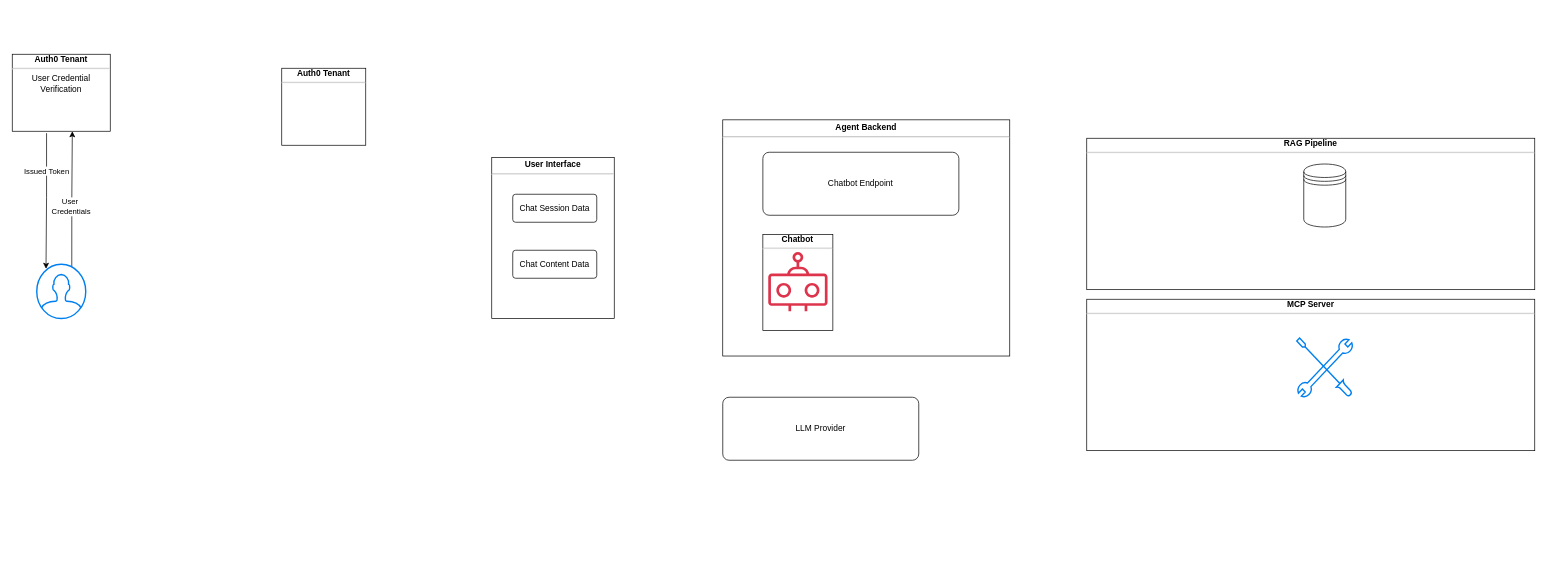
This is 01-threat-model/Threat Model.drawio from Varun-Mohanta/capstone-ai-id-secure, a draw.io file, before an edit. Source tidied: cells renumbered, new cells numbered last; positions are measured from the earlier drawing's top-left corner, leaving out a move shared by most shapes. Both pictures are drawn from the tidied source at 70%, with x=0, y=0 at pixel (12, 54).
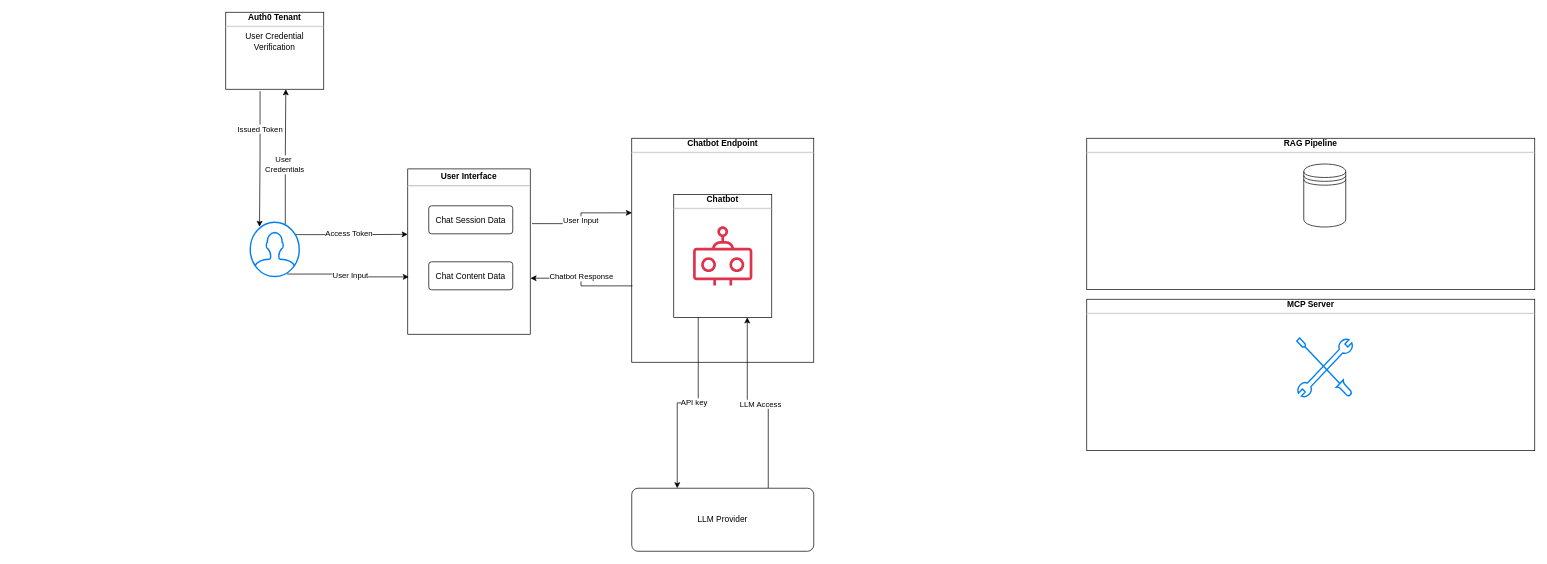
Above is the later version.

Commit message:
Added Chatbot Endpoint in the Diagram

Change to the diagram source:
```diff
@@
-    <mxCell id="2" value="&lt;p style=&quot;margin:0px;margin-top:4px;text-align:center;&quot;&gt;&lt;b&gt;Agent Backend&lt;/b&gt;&lt;/p&gt;&lt;hr&gt;" style="verticalAlign=top;align=left;overflow=fill;html=1;whiteSpace=wrap;" parent="1" vertex="1">
-      <mxGeometry x="1015" y="93.7" width="410" height="337.4" as="geometry" />
+    <mxCell id="2" value="&lt;div style=&quot;text-align: center;&quot;&gt;&lt;b style=&quot;background-color: transparent; color: light-dark(#000000, var(--ge-light-color, #ffffff));&quot;&gt;Chatbot Endpoint&lt;/b&gt;&lt;/div&gt;&lt;hr&gt;&lt;p style=&quot;margin:0px;margin-top:4px;text-align:center;&quot;&gt;&lt;/p&gt;" style="verticalAlign=top;align=left;overflow=fill;html=1;whiteSpace=wrap;fillColor=none;" parent="1" vertex="1">
+      <mxGeometry x="885" y="120" width="260" height="320" as="geometry" />
     </mxCell>
+    <mxCell id="21" style="edgeStyle=orthogonalEdgeStyle;rounded=0;jettySize=auto;html=1;defaultLabelBackgroundColor=page;entryX=1.002;entryY=0.661;entryDx=0;entryDy=0;entryPerimeter=0;exitX=0.004;exitY=0.659;exitDx=0;exitDy=0;exitPerimeter=0;" parent="1" edge="1" source="2" target="6">
+      <mxGeometry relative="1" as="geometry" />
+    </mxCell>
+    <mxCell id="22" value="Chatbot Response" style="edgeLabel;html=1;align=center;verticalAlign=middle;inheritText=1;defaultLabelBackgroundColor=page;" parent="21" vertex="1">
+      <mxGeometry x="0.09" y="-2" relative="1" as="geometry" />
+    </mxCell>
@@
+    <mxCell id="23" style="edgeStyle=orthogonalEdgeStyle;rounded=0;jettySize=auto;html=1;entryX=0;entryY=0.5;entryDx=0;entryDy=0;defaultLabelBackgroundColor=page;exitX=0.9;exitY=0.228;exitDx=0;exitDy=0;exitPerimeter=0;" parent="1" edge="1" source="5">
+      <mxGeometry x="0.05" relative="1" as="geometry">
+        <mxPoint x="565" y="257.3" as="targetPoint" />
+      </mxGeometry>
+    </mxCell>
+    <mxCell id="24" value="Access Token" style="edgeLabel;html=1;align=center;verticalAlign=middle;inheritText=1;defaultLabelBackgroundColor=page;" parent="23" vertex="1">
+      <mxGeometry x="-0.09" y="2" relative="1" as="geometry">
+        <mxPoint x="3" as="offset" />
+      </mxGeometry>
+    </mxCell>
     <mxCell id="5" style="html=1;verticalLabelPosition=bottom;align=center;labelBackgroundColor=#ffffff;verticalAlign=top;strokeWidth=2;strokeColor=#0080F0;shadow=0;dashed=0;shape=mxgraph.ios7.icons.user;labelPerimeter=1;" parent="1" vertex="1">
-      <mxGeometry x="35" y="300" width="70" height="77.6" as="geometry" />
+      <mxGeometry x="340" y="240" width="70" height="77.6" as="geometry" />
     </mxCell>
+    <mxCell id="25" style="edgeStyle=orthogonalEdgeStyle;rounded=0;jettySize=auto;html=1;entryX=0.001;entryY=0.333;entryDx=0;entryDy=0;defaultLabelBackgroundColor=page;exitX=1.014;exitY=0.331;exitDx=0;exitDy=0;exitPerimeter=0;entryPerimeter=0;" parent="1" edge="1" source="6" target="2">
+      <mxGeometry x="0.21" relative="1" as="geometry" />
+    </mxCell>
+    <mxCell id="26" value="User Input" style="edgeLabel;html=1;align=center;verticalAlign=middle;inheritText=1;defaultLabelBackgroundColor=page;" parent="25" vertex="1">
+      <mxGeometry x="-0.05" relative="1" as="geometry">
+        <mxPoint x="-1" as="offset" />
+      </mxGeometry>
+    </mxCell>
     <mxCell id="6" value="&lt;p style=&quot;margin:0px;margin-top:4px;text-align:center;&quot;&gt;&lt;b&gt;User Interface&lt;/b&gt;&lt;/p&gt;&lt;hr&gt;&lt;br&gt;&lt;div style=&quot;text-align: center;&quot;&gt;&lt;br&gt;&lt;/div&gt;" style="verticalAlign=top;align=left;overflow=fill;html=1;whiteSpace=wrap;" parent="1" vertex="1">
-      <mxGeometry x="685" y="147.3" width="175" height="230" as="geometry" />
+      <mxGeometry x="565" y="163.8" width="175" height="236.2" as="geometry" />
     </mxCell>
-    <mxCell id="7" style="sketch=0;fontColor=#232F3E;gradientColor=none;fillColor=#DD344C;strokeColor=none;dashed=0;verticalLabelPosition=bottom;verticalAlign=top;align=center;html=1;fontSize=12;fontStyle=0;shape=mxgraph.aws4.waf_bot;labelPerimeter=1;" parent="1" vertex="1">
-      <mxGeometry x="1080" y="282.4" width="84.7" height="84.7" as="geometry" />
+    <mxCell id="7" style="sketch=0;fontColor=#232F3E;gradientColor=none;fillColor=light-dark(#DD344C,#3399FF);strokeColor=none;dashed=0;verticalLabelPosition=bottom;verticalAlign=top;align=center;html=1;fontSize=12;fontStyle=0;shape=mxgraph.aws4.waf_bot;labelPerimeter=1;" parent="1" vertex="1">
+      <mxGeometry x="972.6" y="245.8" width="84.7" height="84.7" as="geometry" />
     </mxCell>
@@
     <mxCell id="9" value="Chat Session Data" style="rounded=1;arcSize=10;whiteSpace=wrap;html=1;align=center;" parent="1" vertex="1">
-      <mxGeometry x="715" y="200" width="120" height="40" as="geometry" />
+      <mxGeometry x="595" y="216.5" width="120" height="40" as="geometry" />
     </mxCell>
     <mxCell id="10" value="Chat Content Data" style="rounded=1;arcSize=10;whiteSpace=wrap;html=1;align=center;" parent="1" vertex="1">
-      <mxGeometry x="715" y="280" width="120" height="40" as="geometry" />
+      <mxGeometry x="595" y="296.5" width="120" height="40" as="geometry" />
     </mxCell>
-    <mxCell id="11" value="Chatbot Endpoint" style="rounded=1;arcSize=10;whiteSpace=wrap;html=1;align=center;" parent="1" vertex="1">
-      <mxGeometry x="1072.3" y="140" width="280" height="90" as="geometry" />
-    </mxCell>
+    <mxCell id="27" style="edgeStyle=orthogonalEdgeStyle;rounded=0;jettySize=auto;html=1;exitX=0.75;exitY=0;exitDx=0;exitDy=0;entryX=0.75;entryY=1;entryDx=0;entryDy=0;defaultLabelBackgroundColor=page;" parent="1" edge="1" source="12" target="14">
+      <mxGeometry relative="1" as="geometry" />
+    </mxCell>
+    <mxCell id="28" value="LLM Access" style="edgeLabel;html=1;align=center;verticalAlign=middle;inheritText=1;defaultLabelBackgroundColor=page;" parent="27" vertex="1">
+      <mxGeometry x="-0.02" y="1" relative="1" as="geometry" />
+    </mxCell>
     <mxCell id="12" value="LLM Provider" style="rounded=1;arcSize=10;whiteSpace=wrap;html=1;align=center;" parent="1" vertex="1">
-      <mxGeometry x="1015" y="490" width="280" height="90" as="geometry" />
+      <mxGeometry x="885" y="620" width="260" height="90" as="geometry" />
     </mxCell>
+    <mxCell id="14" value="&lt;div style=&quot;text-align: center;&quot;&gt;&lt;b style=&quot;background-color: transparent; color: light-dark(#000000, var(--ge-light-color, #ffffff));&quot;&gt;Chatbot&lt;/b&gt;&lt;/div&gt;&lt;hr&gt;&lt;p style=&quot;margin:0px;margin-top:4px;text-align:center;&quot;&gt;&lt;/p&gt;" style="verticalAlign=top;align=left;overflow=fill;html=1;whiteSpace=wrap;fillColor=none;" parent="1" vertex="1">
+      <mxGeometry x="945" y="200.4" width="140" height="175.5" as="geometry" />
+    </mxCell>
@@
-    <mxCell id="14" value="&lt;div style=&quot;text-align: center;&quot;&gt;&lt;b style=&quot;background-color: transparent; color: light-dark(#000000, var(--ge-light-color, #ffffff));&quot;&gt;Chatbot&lt;/b&gt;&lt;/div&gt;&lt;hr&gt;&lt;p style=&quot;margin:0px;margin-top:4px;text-align:center;&quot;&gt;&lt;/p&gt;" style="verticalAlign=top;align=left;overflow=fill;html=1;whiteSpace=wrap;fillColor=none;" parent="1" vertex="1">
-      <mxGeometry x="1072.3" y="257.4" width="100" height="137.3" as="geometry" />
-    </mxCell>
+    <mxCell id="29" style="edgeStyle=orthogonalEdgeStyle;rounded=0;jettySize=auto;html=1;exitX=0.25;exitY=1;exitDx=0;exitDy=0;entryX=0.25;entryY=0;entryDx=0;entryDy=0;defaultLabelBackgroundColor=page;" parent="1" edge="1" source="14" target="12">
+      <mxGeometry relative="1" as="geometry" />
+    </mxCell>
+    <mxCell id="30" value="API key" style="edgeLabel;html=1;align=center;verticalAlign=middle;inheritText=1;defaultLabelBackgroundColor=page;" parent="29" vertex="1">
+      <mxGeometry x="-0.06" y="-1" relative="1" as="geometry" />
+    </mxCell>
@@
     <mxCell id="17" value="&lt;div style=&quot;text-align: center;&quot;&gt;&lt;b style=&quot;background-color: transparent; color: light-dark(#000000, var(--ge-light-color, #ffffff));&quot;&gt;Auth0 Tenant&lt;/b&gt;&lt;/div&gt;&lt;hr&gt;&lt;div style=&quot;text-align: center;&quot;&gt;&lt;span style=&quot;background-color: transparent; color: light-dark(#000000, var(--ge-light-color, #ffffff));&quot;&gt;User Credential Verification&lt;/span&gt;&lt;/div&gt;&lt;div style=&quot;text-align: center;&quot;&gt;&lt;/div&gt;&lt;div style=&quot;&quot;&gt;&lt;/div&gt;&lt;p style=&quot;margin:0px;margin-top:4px;text-align:center;&quot;&gt;&lt;/p&gt;" style="verticalAlign=top;align=left;overflow=fill;html=1;whiteSpace=wrap;fillColor=none;" parent="1" vertex="1">
-      <mxGeometry width="140" height="110" as="geometry" />
+      <mxGeometry x="305" y="-60" width="140" height="110" as="geometry" />
     </mxCell>
-    <mxCell id="18" value="&lt;div style=&quot;text-align: center;&quot;&gt;&lt;b style=&quot;background-color: transparent; color: light-dark(#000000, var(--ge-light-color, #ffffff));&quot;&gt;Auth0 Tenant&lt;/b&gt;&lt;/div&gt;&lt;hr&gt;&lt;div style=&quot;text-align: center;&quot;&gt;&lt;/div&gt;&lt;div style=&quot;&quot;&gt;&lt;/div&gt;&lt;p style=&quot;margin:0px;margin-top:4px;text-align:center;&quot;&gt;&lt;/p&gt;" style="verticalAlign=top;align=left;overflow=fill;html=1;whiteSpace=wrap;fillColor=none;" parent="1" vertex="1">
-      <mxGeometry x="385" y="20" width="120" height="110" as="geometry" />
-    </mxCell>
@@
+    <mxCell id="31" style="edgeStyle=orthogonalEdgeStyle;rounded=0;jettySize=auto;html=1;entryX=0.009;entryY=0.653;entryDx=0;entryDy=0;entryPerimeter=0;defaultLabelBackgroundColor=page;exitX=0.753;exitY=0.954;exitDx=0;exitDy=0;exitPerimeter=0;" parent="1" edge="1" source="5" target="6">
+      <mxGeometry x="-0.18" relative="1" as="geometry" />
+    </mxCell>
+    <mxCell id="32" value="User Input" style="edgeLabel;html=1;align=center;verticalAlign=middle;inheritText=1;defaultLabelBackgroundColor=page;" parent="31" vertex="1">
+      <mxGeometry x="-0.06" y="-1" relative="1" as="geometry">
+        <mxPoint x="6" as="offset" />
+      </mxGeometry>
+    </mxCell>
```
